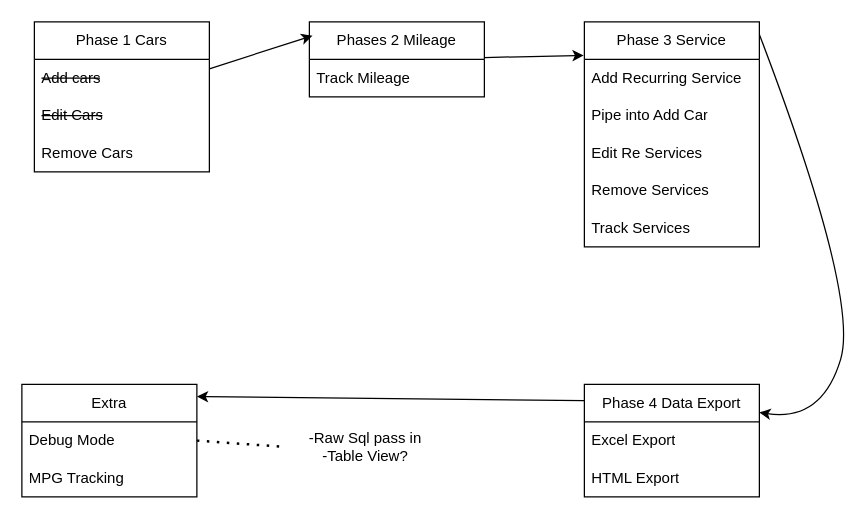
Earlier version of the draw.io diagram BluePrint/Phases.drawio (Danny-Erikson/MileageSnake). Source tidied: cells renumbered, new cells numbered last; positions are measured from the earlier drawing's top-left corner, leaving out a move shared by most shapes. Both pictures are drawn from the tidied source at 125%, with x=0, y=0 at pixel (21, 21).
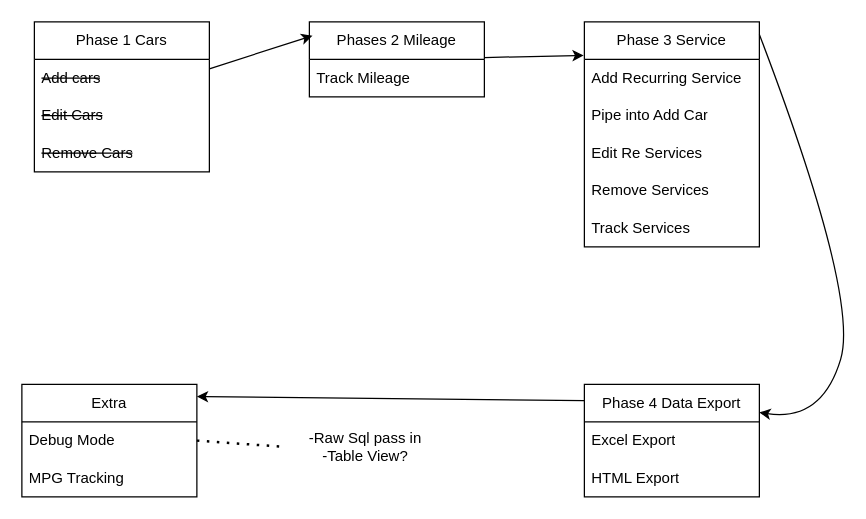
After the change.

Unchanged cells that the change refers to:
```xml
<mxCell id="2" value="Phase 1 Cars" style="swimlane;fontStyle=0;horizontal=1;startSize=30;whiteSpace=wrap;html=1;" parent="1" vertex="1">
  <mxGeometry x="10" width="140" height="120" as="geometry" />
</mxCell>
```

What changed in the source:
```diff
@@
-    <mxCell id="5" value="Remove Cars" style="text;strokeColor=none;fillColor=none;align=left;verticalAlign=middle;spacingLeft=4;spacingRight=4;overflow=hidden;whiteSpace=wrap;html=1;" parent="2" vertex="1">
+    <mxCell id="5" value="&lt;strike&gt;Remove Cars&lt;/strike&gt;" style="text;strokeColor=none;fillColor=none;align=left;verticalAlign=middle;spacingLeft=4;spacingRight=4;overflow=hidden;whiteSpace=wrap;html=1;" parent="2" vertex="1">
       <mxGeometry y="90" width="140" height="30" as="geometry" />
     </mxCell>
```
